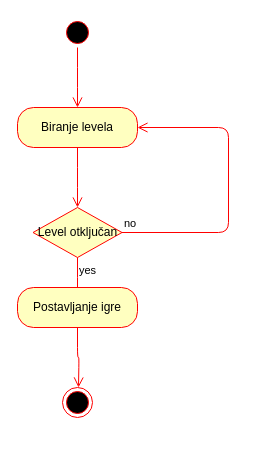
Before: page "Biranje levela" (3 of 5) of Dijagram.drawio in Aytoozi/Match-3-puzzle, a draw.io diagram. Source tidied: cells renumbered, new cells numbered last; positions are measured from the earlier drawing's top-left corner, leaving out a move shared by most shapes. Both pictures are drawn from the tidied source at 100%, with x=0, y=0 at pixel (17, 17).
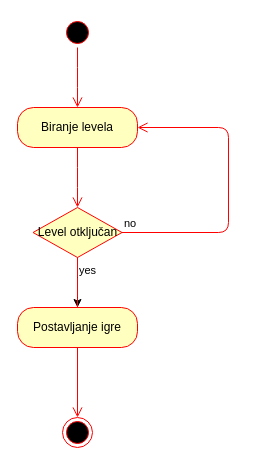
Above is the later version.

What changed in the source:
```diff
@@
 <mxGraphModel>
   <root>
     <mxCell id="0" />
     <mxCell id="1" parent="0" />
     <mxCell id="2" style="ellipse;html=1;shape=startState;fillColor=#000000;strokeColor=#ff0000;" parent="1" vertex="1">
       <mxGeometry x="45" width="30" height="30" as="geometry" />
     </mxCell>
     <mxCell id="3" style="edgeStyle=orthogonalEdgeStyle;html=1;verticalAlign=bottom;endArrow=open;endSize=8;strokeColor=#ff0000;" parent="1" edge="1" source="2">
       <mxGeometry relative="1" as="geometry">
         <mxPoint x="60" y="90" as="targetPoint" />
       </mxGeometry>
     </mxCell>
     <mxCell id="4" value="Biranje levela" style="rounded=1;whiteSpace=wrap;html=1;arcSize=40;fontColor=#000000;fillColor=#ffffc0;strokeColor=#ff0000;" parent="1" vertex="1">
       <mxGeometry y="90" width="120" height="40" as="geometry" />
     </mxCell>
     <mxCell id="5" style="edgeStyle=orthogonalEdgeStyle;html=1;verticalAlign=bottom;endArrow=open;endSize=8;strokeColor=#ff0000;" parent="1" edge="1" source="4">
       <mxGeometry relative="1" as="geometry">
         <mxPoint x="60" y="190" as="targetPoint" />
       </mxGeometry>
     </mxCell>
+    <mxCell id="12" style="edgeStyle=orthogonalEdgeStyle;rounded=0;jettySize=auto;html=1;exitX=0.5;exitY=1;exitDx=0;exitDy=0;" parent="1" edge="1" source="6">
+      <mxGeometry relative="1" as="geometry">
+        <mxPoint x="60" y="290" as="targetPoint" />
+      </mxGeometry>
+    </mxCell>
     <mxCell id="6" value="Level otključan" style="rhombus;whiteSpace=wrap;html=1;fillColor=#ffffc0;strokeColor=#ff0000;" parent="1" vertex="1">
       <mxGeometry x="15.5" y="190" width="89" height="50" as="geometry" />
     </mxCell>
     <mxCell id="7" value="no" style="edgeStyle=orthogonalEdgeStyle;html=1;align=left;verticalAlign=bottom;endArrow=open;endSize=8;strokeColor=#ff0000;entryX=1;entryY=0.5;entryDx=0;entryDy=0;" parent="1" edge="1" source="6" target="4">
       <mxGeometry x="-1" relative="1" as="geometry">
         <Array as="points">
           <mxPoint x="211" y="215" />
           <mxPoint x="211" y="110" />
         </Array>
       </mxGeometry>
     </mxCell>
     <mxCell id="8" value="yes" style="edgeStyle=orthogonalEdgeStyle;html=1;align=left;verticalAlign=top;endArrow=open;endSize=8;strokeColor=#ff0000;" parent="1" edge="1" source="6">
       <mxGeometry x="-1" relative="1" as="geometry">
         <mxPoint x="60" y="300" as="targetPoint" />
       </mxGeometry>
     </mxCell>
     <mxCell id="9" value="Postavljanje igre" style="rounded=1;whiteSpace=wrap;html=1;arcSize=40;fontColor=#000000;fillColor=#ffffc0;strokeColor=#ff0000;" parent="1" vertex="1">
-      <mxGeometry y="270" width="120" height="40" as="geometry" />
+      <mxGeometry y="290" width="120" height="40" as="geometry" />
     </mxCell>
-    <mxCell id="10" style="edgeStyle=orthogonalEdgeStyle;html=1;verticalAlign=bottom;endArrow=open;endSize=8;strokeColor=#ff0000;" parent="1" edge="1" source="9">
-      <mxGeometry relative="1" as="geometry">
-        <mxPoint x="61" y="370" as="targetPoint" />
-      </mxGeometry>
+    <mxCell id="10" style="edgeStyle=orthogonalEdgeStyle;html=1;verticalAlign=bottom;endArrow=open;endSize=8;strokeColor=#ff0000;" parent="1" edge="1" source="9" target="11">
+      <mxGeometry relative="1" as="geometry" />
     </mxCell>
     <mxCell id="11" style="ellipse;html=1;shape=endState;fillColor=#000000;strokeColor=#ff0000;" parent="1" vertex="1">
-      <mxGeometry x="45" y="370" width="30" height="30" as="geometry" />
+      <mxGeometry x="45" y="400" width="30" height="30" as="geometry" />
     </mxCell>
   </root>
 </mxGraphModel>
```
